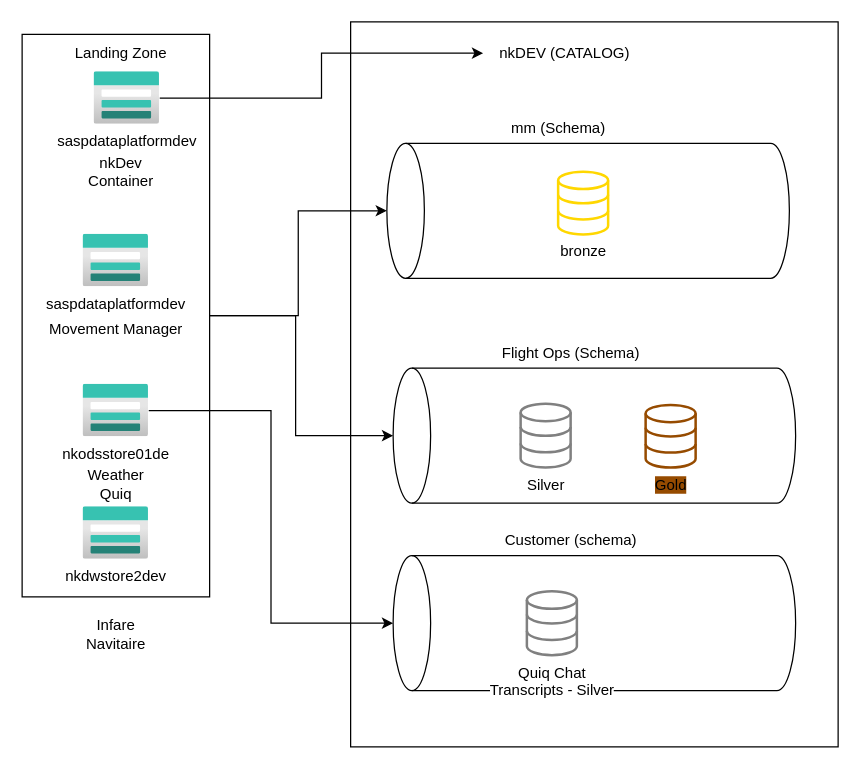
The draw.io diagram UnityCatalog.drawio in nkuppili/nkuppili, before the edit. Source tidied: cells renumbered, new cells numbered last; positions are measured from the earlier drawing's top-left corner, leaving out a move shared by most shapes. Both pictures are drawn from the tidied source at 125%, with x=0, y=0 at pixel (21, 9).
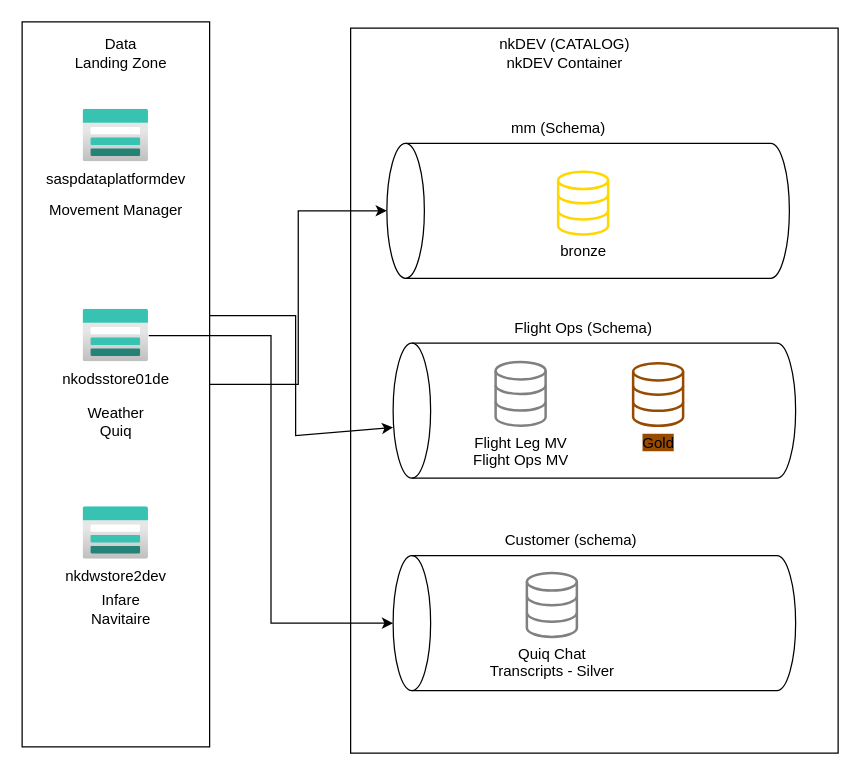
Above is the later version.

What changed in the source:
```diff
@@
     <mxCell id="2" style="whiteSpace=wrap;html=1;" parent="1" vertex="1">
-      <mxGeometry x="263" y="10" width="390" height="580" as="geometry" />
+      <mxGeometry x="263" y="15" width="390" height="580" as="geometry" />
     </mxCell>
@@
     <mxCell id="5" style="whiteSpace=wrap;html=1;" parent="1" vertex="1">
-      <mxGeometry x="0.2" y="20" width="150" height="450" as="geometry" />
+      <mxGeometry x="0.2" y="10" width="150" height="580" as="geometry" />
     </mxCell>
@@
     <mxCell id="8" value="saspdataplatformdev" style="image;html=1;align=center;fontSize=12;image=img/lib/azure2/storage/Storage_Accounts.svg;" parent="1" vertex="1">
-      <mxGeometry x="49" y="180" width="52.5" height="42" as="geometry" />
+      <mxGeometry x="49" y="80" width="52.5" height="42" as="geometry" />
     </mxCell>
     <mxCell id="9" value="nkodsstore01de" style="image;html=1;points=[];align=center;fontSize=12;image=img/lib/azure2/storage/Storage_Accounts.svg;" parent="1" vertex="1">
-      <mxGeometry x="49" y="300" width="52.5" height="42" as="geometry" />
+      <mxGeometry x="49" y="240" width="52.5" height="42" as="geometry" />
     </mxCell>
     <mxCell id="10" value="Weather&lt;br&gt;Quiq" style="text;html=1;align=center;verticalAlign=middle;strokeColor=none;fillColor=none;" parent="1" vertex="1">
-      <mxGeometry x="40.2" y="360" width="70" height="40" as="geometry" />
+      <mxGeometry x="40.2" y="310" width="70" height="40" as="geometry" />
     </mxCell>
     <mxCell id="11" value="Infare&lt;br&gt;Navitaire&lt;br&gt;" style="text;html=1;align=center;verticalAlign=middle;strokeColor=none;fillColor=none;" parent="1" vertex="1">
-      <mxGeometry x="40.2" y="480" width="70" height="40" as="geometry" />
+      <mxGeometry x="44" y="460" width="70" height="40" as="geometry" />
     </mxCell>
@@
     <mxCell id="13" value="Movement Manager" style="text;html=1;align=center;verticalAlign=middle;strokeColor=none;fillColor=none;" parent="1" vertex="1">
-      <mxGeometry x="10.2" y="240.9" width="130" height="30" as="geometry" />
+      <mxGeometry x="10.2" y="146" width="130" height="30" as="geometry" />
     </mxCell>
     <mxCell id="14" style="shape=cylinder3;whiteSpace=wrap;html=1;boundedLbl=1;backgroundOutline=1;size=15;rotation=-90;" parent="1" vertex="1">
-      <mxGeometry x="404" y="180" width="108" height="322" as="geometry" />
+      <mxGeometry x="404" y="160" width="108" height="322" as="geometry" />
     </mxCell>
     <mxCell id="15" value="Gold" style="html=1;verticalLabelPosition=bottom;align=center;labelBackgroundColor=#964B00;verticalAlign=top;strokeWidth=2;strokeColor=#964B00;shadow=0;dashed=0;shape=mxgraph.ios7.icons.data;" parent="1" vertex="1">
-      <mxGeometry x="499" y="316.4" width="40" height="50.1" as="geometry" />
+      <mxGeometry x="489" y="283" width="40" height="50.1" as="geometry" />
     </mxCell>
-    <mxCell id="16" value="Silver" style="html=1;verticalLabelPosition=bottom;align=center;labelBackgroundColor=#ffffff;verticalAlign=top;strokeWidth=2;strokeColor=#808080;shadow=0;dashed=0;shape=mxgraph.ios7.icons.data;" parent="1" vertex="1">
-      <mxGeometry x="399" y="315.4" width="40" height="51.1" as="geometry" />
+    <mxCell id="16" value="Flight Leg MV&lt;br&gt;Flight Ops MV" style="html=1;verticalLabelPosition=bottom;align=center;labelBackgroundColor=#ffffff;verticalAlign=top;strokeWidth=2;strokeColor=#808080;shadow=0;dashed=0;shape=mxgraph.ios7.icons.data;" parent="1" vertex="1">
+      <mxGeometry x="379" y="282" width="40" height="51.1" as="geometry" />
     </mxCell>
-    <mxCell id="17" value="nkDEV (CATALOG)" style="text;html=1;align=center;verticalAlign=middle;points=[];strokeColor=none;fillColor=none;" parent="1" vertex="1">
-      <mxGeometry x="369" y="20" width="130" height="30" as="geometry" />
+    <mxCell id="17" value="nkDEV (CATALOG)&lt;br&gt;nkDEV Container" style="text;html=1;align=center;verticalAlign=middle;points=[];strokeColor=none;fillColor=none;" parent="1" vertex="1">
+      <mxGeometry x="369" y="15" width="130" height="40" as="geometry" />
     </mxCell>
@@
     <mxCell id="19" value="Flight Ops (Schema)" style="text;html=1;align=center;verticalAlign=middle;strokeColor=none;fillColor=none;" parent="1" vertex="1">
-      <mxGeometry x="374" y="260" width="130" height="30" as="geometry" />
+      <mxGeometry x="384" y="240" width="130" height="30" as="geometry" />
     </mxCell>
-    <mxCell id="20" value="Landing Zone" style="text;html=1;align=center;verticalAlign=middle;strokeColor=none;fillColor=none;" parent="1" vertex="1">
-      <mxGeometry x="29" y="20" width="100" height="30" as="geometry" />
+    <mxCell id="20" value="Data&lt;br&gt;Landing Zone" style="text;html=1;align=center;verticalAlign=middle;strokeColor=none;fillColor=none;" parent="1" vertex="1">
+      <mxGeometry x="29" y="15" width="100" height="40" as="geometry" />
     </mxCell>
@@
     <mxCell id="22" value="Quiq Chat &lt;br&gt;Transcripts - Silver" style="html=1;verticalLabelPosition=bottom;align=center;labelBackgroundColor=#ffffff;verticalAlign=top;strokeWidth=2;strokeColor=#808080;shadow=0;dashed=0;shape=mxgraph.ios7.icons.data;" parent="1" vertex="1">
-      <mxGeometry x="404" y="465.5" width="40" height="51.1" as="geometry" />
+      <mxGeometry x="404" y="450.9" width="40" height="51.1" as="geometry" />
     </mxCell>
@@
-    <mxCell id="25" style="edgeStyle=orthogonalEdgeStyle;rounded=0;jettySize=auto;html=1;" parent="1" edge="1" source="26" target="17">
-      <mxGeometry relative="1" as="geometry" />
-    </mxCell>
-    <mxCell id="26" value="saspdataplatformdev" style="image;html=1;points=[];align=center;fontSize=12;image=img/lib/azure2/storage/Storage_Accounts.svg;" parent="1" vertex="1">
-      <mxGeometry x="57.8" y="50" width="52.5" height="42" as="geometry" />
-    </mxCell>
-    <mxCell id="27" value="nkDev&lt;br&gt;Container" style="text;html=1;align=center;verticalAlign=middle;strokeColor=none;fillColor=none;" parent="1" vertex="1">
-      <mxGeometry x="39" y="110" width="80" height="40" as="geometry" />
-    </mxCell>
```
